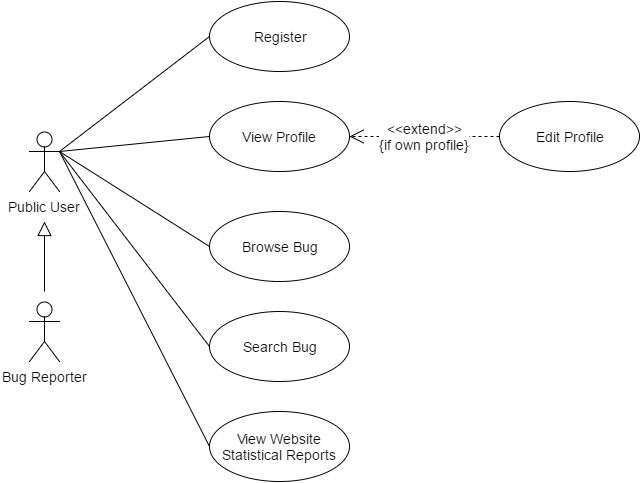
Before: 02_Diagram/01_a_Use case/Version 4 (Revised)/Public User (Revised).png, a diagram exported from draw.io (JingwangTeh/CSCI222-Systems-Development-Group-Project). Source tidied: cells renumbered, new cells last; positions are measured from the earlier drawing's top-left corner, leaving out a move shared by most shapes.
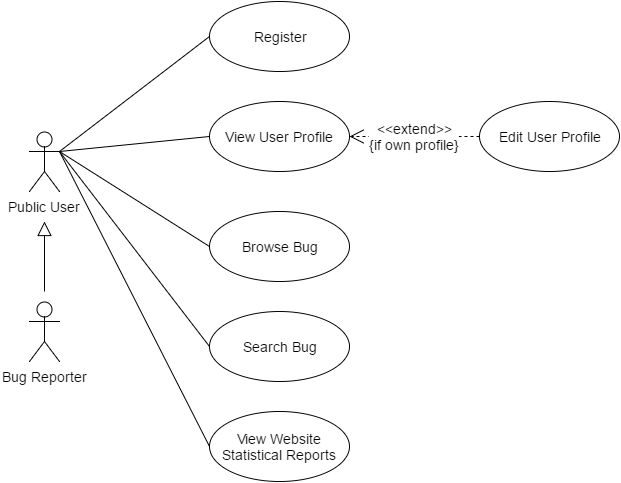
Above is the later version.

Change to the diagram source:
```diff
@@ -26,7 +26,7 @@
     <mxCell id="8" style="html=1;align=right;verticalAlign=bottom;labelBackgroundColor=#ffffff;fontSize=10;" parent="6" vertex="1">
       <mxGeometry x="1" relative="1" as="geometry" />
     </mxCell>
-    <mxCell id="9" value="View Profile" style="ellipse;whiteSpace=wrap;html=1;strokeColor=#000000;fontSize=14;" parent="1" vertex="1">
+    <mxCell id="9" value="View User Profile" style="ellipse;whiteSpace=wrap;html=1;strokeColor=#000000;fontSize=14;" parent="1" vertex="1">
       <mxGeometry x="180" y="100" width="140" height="70" as="geometry" />
     </mxCell>
     <mxCell id="10" style="endArrow=none;html=1;strokeColor=#000000;strokeWidth=1;fontSize=14;exitX=1;exitY=0.3333333333333333;exitPerimeter=0;entryX=0;entryY=0.5;" parent="1" edge="1" source="2" target="9">
@@ -74,8 +74,8 @@
     <mxCell id="24" style="html=1;align=right;verticalAlign=bottom;labelBackgroundColor=#ffffff;fontSize=10;" parent="22" vertex="1">
       <mxGeometry x="1" relative="1" as="geometry" />
     </mxCell>
-    <mxCell id="25" value="Edit Profile" style="ellipse;whiteSpace=wrap;html=1;strokeColor=#000000;fontSize=14;" parent="1" vertex="1">
-      <mxGeometry x="470" y="100" width="140" height="70" as="geometry" />
+    <mxCell id="25" value="Edit User Profile" style="ellipse;whiteSpace=wrap;html=1;strokeColor=#000000;fontSize=14;" parent="1" vertex="1">
+      <mxGeometry x="450" y="100" width="140" height="70" as="geometry" />
     </mxCell>
     <mxCell id="26" value="&amp;lt;&amp;lt;extend&amp;gt;&amp;gt;&lt;div&gt;{if own profile}&lt;/div&gt;" style="endArrow=open;endSize=12;dashed=1;html=1;strokeColor=#000000;strokeWidth=1;fontSize=14;entryX=1;entryY=0.5;exitX=0;exitY=0.5;" parent="1" edge="1" source="25" target="9">
       <mxGeometry x="430" y="-815" as="geometry" />
```
